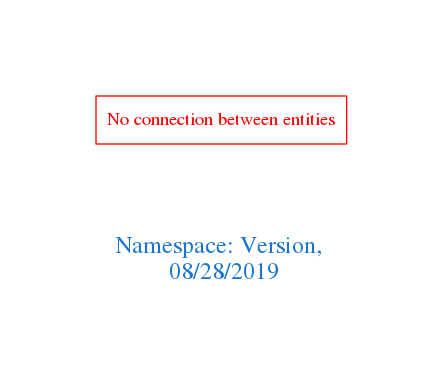
This is downloads/Version.png from arago/OGIT, a Graphviz export, as it was before one commit. Its source is kept beside it as downloads/Version.dot.
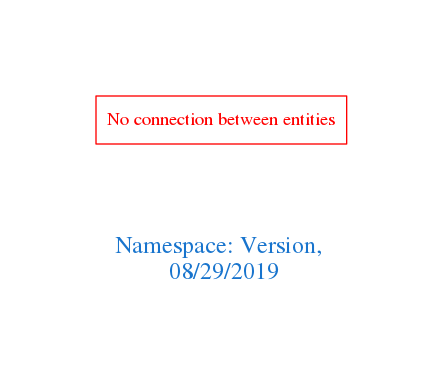
After the change.

Change to the diagram source:
```diff
@@ -1,7 +1,7 @@
 digraph OGIT_ontology {
  graph [ rankdir= LR,pad=1
 fontsize = 18,
-fontcolor= dodgerblue3,label = "\n\n\nNamespace: Version, \n 08/28/2019"];
+fontcolor= dodgerblue3,label = "\n\n\nNamespace: Version, \n 08/29/2019"];
 node[shape=polygon];
 edge [  color="gray81"];
 
```
